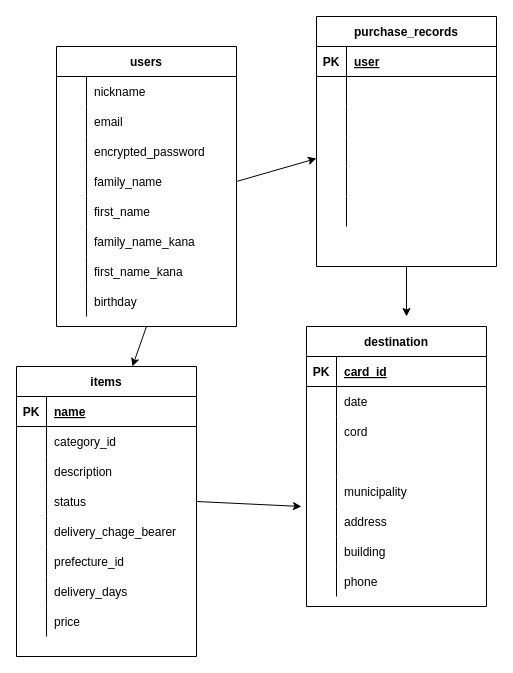
Before: README.dio in akifumiyamane/furima-38392, a draw.io diagram. Source tidied: cells renumbered, new cells numbered last; positions are measured from the earlier drawing's top-left corner, leaving out a move shared by most shapes. Both pictures are drawn from the tidied source at 100%, with x=0, y=0 at pixel (16, 16).
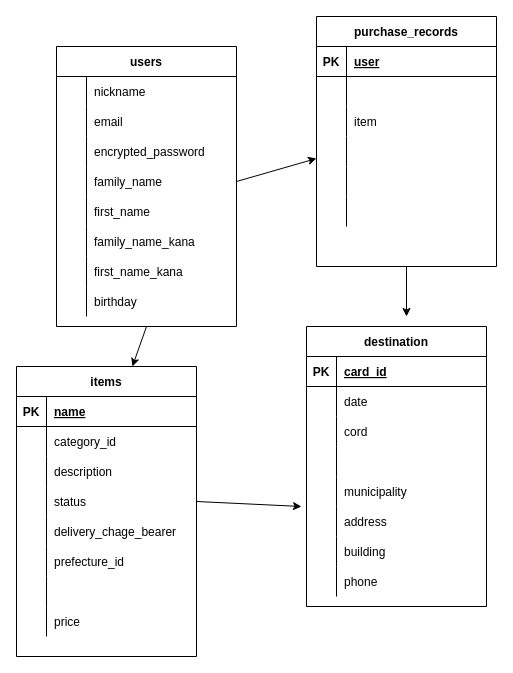
The same diagram, later.

Commit message (it also covers changes not shown here):
データベース設計

The change refers to these unchanged cells:
```xml
<mxCell id="21" style="shape=partialRectangle;fillColor=none;top=0;left=0;bottom=0;right=0;" parent="2" vertex="1">
  <mxGeometry y="210" width="180" height="30" as="geometry" />
</mxCell>
<mxCell id="35" style="shape=partialRectangle;fillColor=none;top=0;left=0;bottom=0;right=0;" parent="28" vertex="1">
  <mxGeometry y="90" width="180" height="30" as="geometry" />
</mxCell>
```

Change to the diagram source:
```diff
@@
-    <mxCell id="23" value="delivery_days" style="shape=partialRectangle;fillColor=none;top=0;left=0;bottom=0;right=0;align=left;spacingLeft=6;overflow=hidden;" parent="21" vertex="1">
+    <mxCell id="23" style="shape=partialRectangle;fillColor=none;top=0;left=0;bottom=0;right=0;align=left;spacingLeft=6;overflow=hidden;" parent="21" vertex="1">
       <mxGeometry x="30" width="150" height="30" as="geometry" />
     </mxCell>
@@
-    <mxCell id="37" style="shape=partialRectangle;fillColor=none;top=0;left=0;bottom=0;right=0;align=left;spacingLeft=6;overflow=hidden;" parent="35" vertex="1">
+    <mxCell id="37" value="item" style="shape=partialRectangle;fillColor=none;top=0;left=0;bottom=0;right=0;align=left;spacingLeft=6;overflow=hidden;" parent="35" vertex="1">
       <mxGeometry x="30" width="150" height="30" as="geometry" />
     </mxCell>
```
